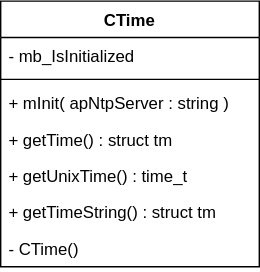
SenseBoxTI/FirmwareDesign keeps this draw.io diagram as uml/ntp-diagram.drawio.svg. Above is the earlier version. Source tidied: cells renumbered, new cells last; positions are measured from the earlier drawing's top-left corner, leaving out a move shared by most shapes.
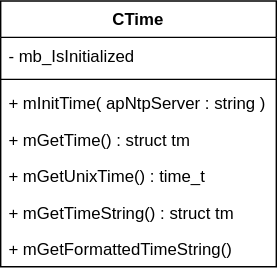
The same file after the commit.

The edit, as a diff of the source:
```diff
@@ -3,28 +3,28 @@
     <mxCell id="0" />
     <mxCell id="1" parent="0" />
     <mxCell id="2" value="CTime" style="swimlane;fontStyle=1;align=center;verticalAlign=top;horizontal=1;startSize=26;" parent="1" vertex="1">
-      <mxGeometry width="185" height="190" as="geometry" />
+      <mxGeometry width="197" height="190" as="geometry" />
     </mxCell>
     <mxCell id="3" value="- mb_IsInitialized" style="text;strokeColor=none;fillColor=none;align=left;verticalAlign=top;spacingLeft=4;spacingRight=4;overflow=hidden;" parent="2" vertex="1">
-      <mxGeometry y="26" width="185" height="26" as="geometry" />
+      <mxGeometry y="26" width="197" height="26" as="geometry" />
     </mxCell>
     <mxCell id="4" style="line;strokeWidth=1;fillColor=none;align=left;verticalAlign=middle;spacingTop=-1;spacingLeft=3;spacingRight=3;labelPosition=right;" parent="2" vertex="1">
-      <mxGeometry y="52" width="185" height="8" as="geometry" />
+      <mxGeometry y="52" width="197" height="8" as="geometry" />
     </mxCell>
-    <mxCell id="5" value="+ mInit( apNtpServer : string )" style="text;strokeColor=none;fillColor=none;align=left;verticalAlign=top;spacingLeft=4;spacingRight=4;overflow=hidden;" parent="2" vertex="1">
-      <mxGeometry y="60" width="185" height="26" as="geometry" />
+    <mxCell id="5" value="+ mInitTime( apNtpServer : string )" style="text;strokeColor=none;fillColor=none;align=left;verticalAlign=top;spacingLeft=4;spacingRight=4;overflow=hidden;" parent="2" vertex="1">
+      <mxGeometry y="60" width="197" height="26" as="geometry" />
     </mxCell>
-    <mxCell id="6" value="+ getTime() : struct tm" style="text;strokeColor=none;fillColor=none;align=left;verticalAlign=top;spacingLeft=4;spacingRight=4;overflow=hidden;" parent="2" vertex="1">
-      <mxGeometry y="86" width="185" height="26" as="geometry" />
+    <mxCell id="6" value="+ mGetTime() : struct tm" style="text;strokeColor=none;fillColor=none;align=left;verticalAlign=top;spacingLeft=4;spacingRight=4;overflow=hidden;" parent="2" vertex="1">
+      <mxGeometry y="86" width="197" height="26" as="geometry" />
     </mxCell>
-    <mxCell id="7" value="+ getUnixTime() : time_t" style="text;strokeColor=none;fillColor=none;align=left;verticalAlign=top;spacingLeft=4;spacingRight=4;overflow=hidden;" parent="2" vertex="1">
-      <mxGeometry y="112" width="185" height="26" as="geometry" />
+    <mxCell id="7" value="+ mGetUnixTime() : time_t" style="text;strokeColor=none;fillColor=none;align=left;verticalAlign=top;spacingLeft=4;spacingRight=4;overflow=hidden;" parent="2" vertex="1">
+      <mxGeometry y="112" width="197" height="26" as="geometry" />
     </mxCell>
-    <mxCell id="8" value="+ getTimeString() : struct tm" style="text;strokeColor=none;fillColor=none;align=left;verticalAlign=top;spacingLeft=4;spacingRight=4;overflow=hidden;" parent="2" vertex="1">
-      <mxGeometry y="138" width="185" height="26" as="geometry" />
+    <mxCell id="8" value="+ mGetTimeString() : struct tm" style="text;strokeColor=none;fillColor=none;align=left;verticalAlign=top;spacingLeft=4;spacingRight=4;overflow=hidden;" parent="2" vertex="1">
+      <mxGeometry y="138" width="197" height="26" as="geometry" />
     </mxCell>
-    <mxCell id="9" value="- CTime()" style="text;strokeColor=none;fillColor=none;align=left;verticalAlign=top;spacingLeft=4;spacingRight=4;overflow=hidden;" parent="2" vertex="1">
-      <mxGeometry y="164" width="185" height="26" as="geometry" />
-    </mxCell>
+    <mxCell id="10" value="+ mGetFormattedTimeString()" style="text;strokeColor=none;fillColor=none;align=left;verticalAlign=top;spacingLeft=4;spacingRight=4;overflow=hidden;" parent="2" vertex="1">
+      <mxGeometry y="164" width="197" height="26" as="geometry" />
+    </mxCell>
   </root>
 </mxGraphModel>
```
